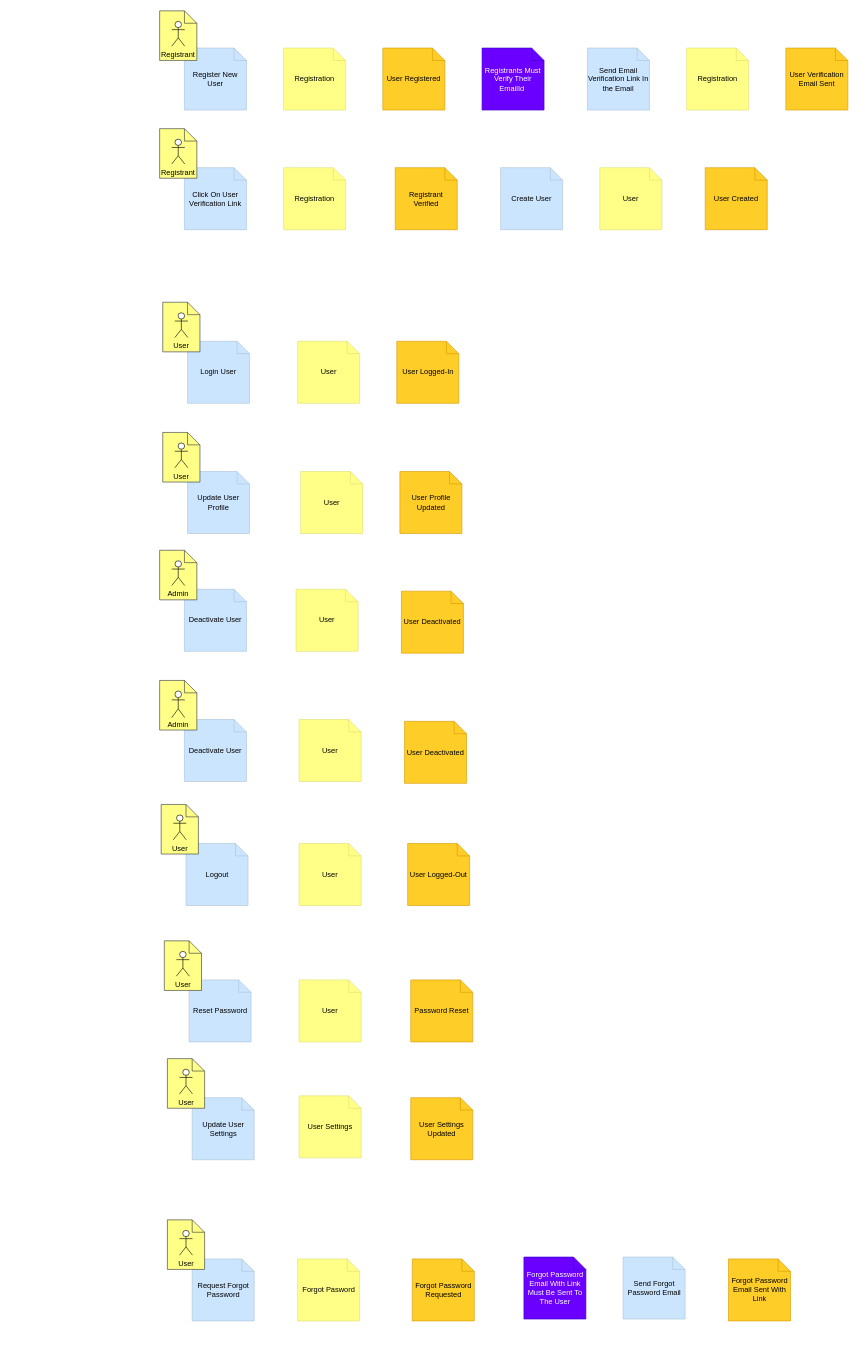
Earlier version of the draw.io diagram page "IdentityAccess-DesignLevelEventStorming-Arranged" (4 of 4) of design/EventStorming.drawio (codefinity/oeuvre). Source tidied: cells renumbered, new cells numbered last; positions are measured from the earlier drawing's top-left corner, leaving out a move shared by most shapes. Both pictures are drawn from the tidied source at 62%, with x=0, y=0 at pixel (159, 11).
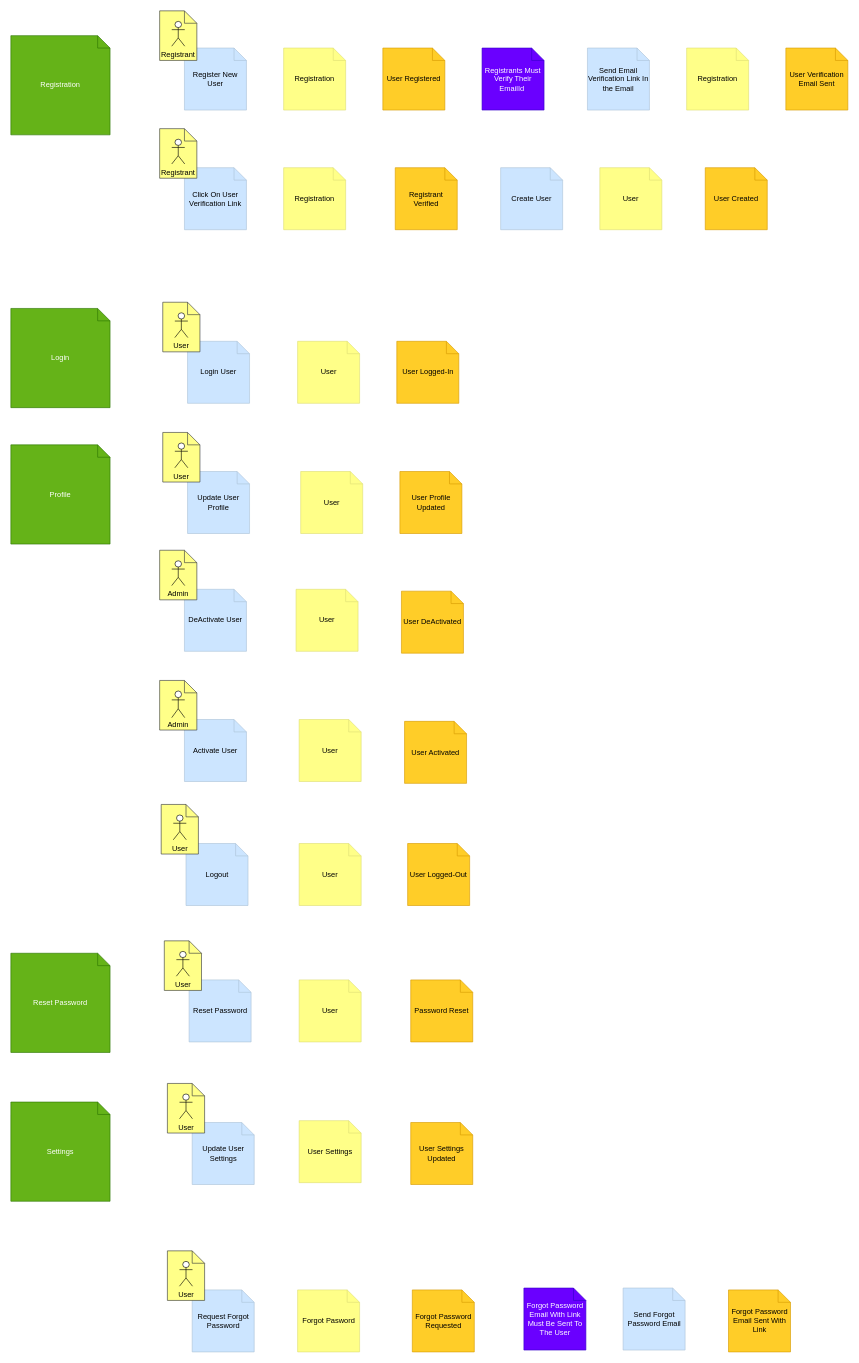
After the change.

The edit, as a diff of the source:
```diff
@@
     <mxCell id="7" value="User Settings Updated" style="shape=note;size=20;whiteSpace=wrap;html=1;fillColor=#ffcd28;strokeColor=#d79b00;" parent="1" vertex="1">
-      <mxGeometry x="405" y="1753" width="100" height="100" as="geometry" />
+      <mxGeometry x="405" y="1793" width="100" height="100" as="geometry" />
     </mxCell>
-    <mxCell id="8" value="User Deactivated" style="shape=note;size=20;whiteSpace=wrap;html=1;fillColor=#ffcd28;strokeColor=#d79b00;" parent="1" vertex="1">
+    <mxCell id="8" value="User DeActivated" style="shape=note;size=20;whiteSpace=wrap;html=1;fillColor=#ffcd28;strokeColor=#d79b00;" parent="1" vertex="1">
       <mxGeometry x="390" y="936" width="100" height="100" as="geometry" />
     </mxCell>
     <mxCell id="9" value="Forgot Password Requested" style="shape=note;size=20;whiteSpace=wrap;html=1;fillColor=#ffcd28;strokeColor=#d79b00;" parent="1" vertex="1">
-      <mxGeometry x="407.5" y="2013" width="100" height="100" as="geometry" />
+      <mxGeometry x="407.5" y="2063" width="100" height="100" as="geometry" />
     </mxCell>
     <mxCell id="10" value="Forgot Password Email Sent With Link" style="shape=note;size=20;whiteSpace=wrap;html=1;fillColor=#ffcd28;strokeColor=#d79b00;" parent="1" vertex="1">
-      <mxGeometry x="917.5" y="2013" width="100" height="100" as="geometry" />
+      <mxGeometry x="917.5" y="2063" width="100" height="100" as="geometry" />
     </mxCell>
@@
     <mxCell id="49" value="Update User Settings" style="shape=note;size=20;whiteSpace=wrap;html=1;fillColor=#cce5ff;strokeColor=#ADC3D9;" parent="1" vertex="1">
-      <mxGeometry x="52.5" y="1753" width="100" height="100" as="geometry" />
+      <mxGeometry x="52.5" y="1793" width="100" height="100" as="geometry" />
     </mxCell>
     <mxCell id="50" style="group;fontStyle=0;" parent="1" vertex="1">
-      <mxGeometry x="12.5" y="1690" width="60" height="80" as="geometry" />
+      <mxGeometry x="12.5" y="1730" width="60" height="80" as="geometry" />
     </mxCell>
@@
     <mxCell id="54" value="User Settings" style="shape=note;size=20;whiteSpace=wrap;html=1;fillColor=#ffff88;strokeColor=#DEDE76;" parent="1" vertex="1">
-      <mxGeometry x="225" y="1750" width="100" height="100" as="geometry" />
+      <mxGeometry x="225" y="1790" width="100" height="100" as="geometry" />
     </mxCell>
-    <mxCell id="55" value="Deactivate User" style="shape=note;size=20;whiteSpace=wrap;html=1;fillColor=#cce5ff;strokeColor=#ADC3D9;" parent="1" vertex="1">
+    <mxCell id="55" value="DeActivate User" style="shape=note;size=20;whiteSpace=wrap;html=1;fillColor=#cce5ff;strokeColor=#ADC3D9;" parent="1" vertex="1">
       <mxGeometry x="40" y="933" width="100" height="100" as="geometry" />
     </mxCell>
@@
     <mxCell id="61" value="Request Forgot Password" style="shape=note;size=20;whiteSpace=wrap;html=1;fillColor=#cce5ff;strokeColor=#ADC3D9;" parent="1" vertex="1">
-      <mxGeometry x="52.5" y="2013" width="100" height="100" as="geometry" />
+      <mxGeometry x="52.5" y="2063" width="100" height="100" as="geometry" />
     </mxCell>
     <mxCell id="62" style="group;fontStyle=0;" parent="1" vertex="1">
-      <mxGeometry x="12.5" y="1950" width="60" height="80" as="geometry" />
+      <mxGeometry x="12.5" y="2000" width="60" height="80" as="geometry" />
     </mxCell>
@@
     <mxCell id="66" value="Forgot Pasword" style="shape=note;size=20;whiteSpace=wrap;html=1;fillColor=#ffff88;strokeColor=#DEDE76;" parent="1" vertex="1">
-      <mxGeometry x="222.5" y="2013" width="100" height="100" as="geometry" />
+      <mxGeometry x="222.5" y="2063" width="100" height="100" as="geometry" />
     </mxCell>
     <mxCell id="67" value="Forgot Password Email With Link Must Be Sent To The User" style="shape=note;size=20;whiteSpace=wrap;html=1;fillColor=#6a00ff;strokeColor=#3700CC;fontColor=#ffffff;" parent="1" vertex="1">
-      <mxGeometry x="587.5" y="2010" width="100" height="100" as="geometry" />
+      <mxGeometry x="587.5" y="2060" width="100" height="100" as="geometry" />
     </mxCell>
     <mxCell id="68" value="Send Forgot Password Email" style="shape=note;size=20;whiteSpace=wrap;html=1;fillColor=#cce5ff;strokeColor=#ADC3D9;" parent="1" vertex="1">
-      <mxGeometry x="747.5" y="2010" width="100" height="100" as="geometry" />
+      <mxGeometry x="747.5" y="2060" width="100" height="100" as="geometry" />
     </mxCell>
@@
-    <mxCell id="75" value="User Deactivated" style="shape=note;size=20;whiteSpace=wrap;html=1;fillColor=#ffcd28;strokeColor=#d79b00;" parent="1" vertex="1">
+    <mxCell id="75" value="User Activated" style="shape=note;size=20;whiteSpace=wrap;html=1;fillColor=#ffcd28;strokeColor=#d79b00;" parent="1" vertex="1">
       <mxGeometry x="395" y="1146" width="100" height="100" as="geometry" />
     </mxCell>
-    <mxCell id="76" value="Deactivate User" style="shape=note;size=20;whiteSpace=wrap;html=1;fillColor=#cce5ff;strokeColor=#ADC3D9;" parent="1" vertex="1">
+    <mxCell id="76" value="Activate User" style="shape=note;size=20;whiteSpace=wrap;html=1;fillColor=#cce5ff;strokeColor=#ADC3D9;" parent="1" vertex="1">
       <mxGeometry x="40" y="1143" width="100" height="100" as="geometry" />
     </mxCell>
@@
+    <mxCell id="82" value="Registration" style="shape=note;size=20;whiteSpace=wrap;html=1;strokeColor=#2D7600;fontColor=#ffffff;fillColor=#65B318;" parent="1" vertex="1">
+      <mxGeometry x="-240" y="40" width="160" height="160" as="geometry" />
+    </mxCell>
+    <mxCell id="83" value="Login" style="shape=note;size=20;whiteSpace=wrap;html=1;strokeColor=#2D7600;fontColor=#ffffff;fillColor=#65B318;" parent="1" vertex="1">
+      <mxGeometry x="-240" y="480" width="160" height="160" as="geometry" />
+    </mxCell>
+    <mxCell id="84" value="Profile" style="shape=note;size=20;whiteSpace=wrap;html=1;strokeColor=#2D7600;fontColor=#ffffff;fillColor=#65B318;" parent="1" vertex="1">
+      <mxGeometry x="-240" y="700" width="160" height="160" as="geometry" />
+    </mxCell>
+    <mxCell id="85" value="Reset Password" style="shape=note;size=20;whiteSpace=wrap;html=1;strokeColor=#2D7600;fontColor=#ffffff;fillColor=#65B318;" parent="1" vertex="1">
+      <mxGeometry x="-240" y="1520" width="160" height="160" as="geometry" />
+    </mxCell>
+    <mxCell id="86" value="Settings" style="shape=note;size=20;whiteSpace=wrap;html=1;strokeColor=#2D7600;fontColor=#ffffff;fillColor=#65B318;" parent="1" vertex="1">
+      <mxGeometry x="-240" y="1760" width="160" height="160" as="geometry" />
+    </mxCell>
```
